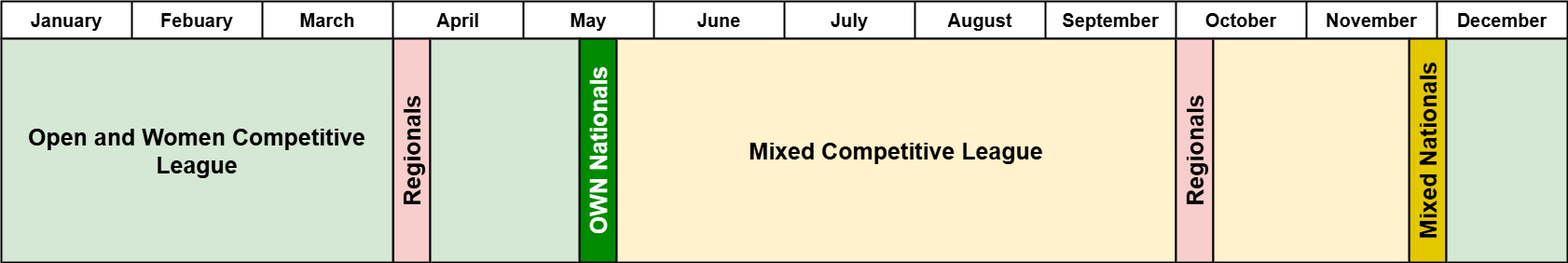
The draw.io diagram assets/images/Competitive Year schedule.png in RenierDuminy/Competitive-Frisbee-League, before a commit. Source tidied: cells renumbered, new cells last; positions are measured from the earlier drawing's top-left corner, leaving out a move shared by most shapes.
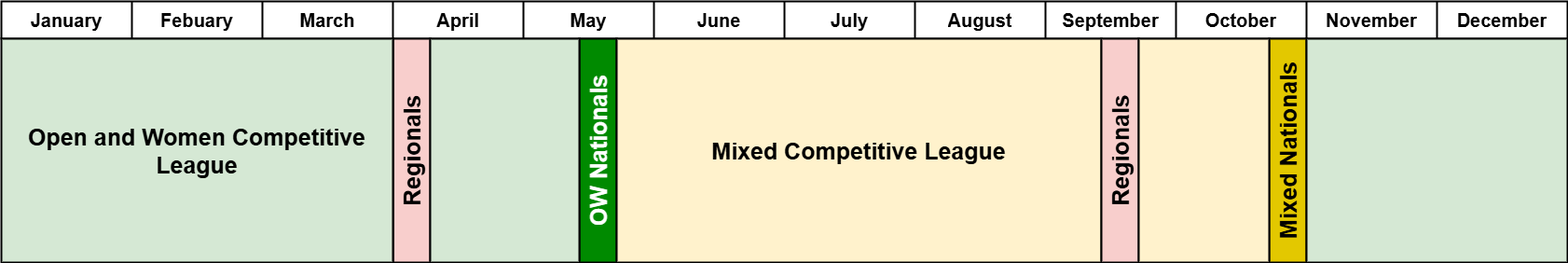
Above is the later version.

Diff of the diagram source:
```diff
@@ -47,29 +47,29 @@
     <mxCell id="16" value="Open and Women Competitive League" style="rounded=0;whiteSpace=wrap;html=1;fontSize=25;fillColor=#d5e8d4;strokeColor=#000000;fontStyle=1;align=center;strokeWidth=2;" parent="1" vertex="1">
       <mxGeometry y="40" width="420" height="240" as="geometry" />
     </mxCell>
-    <mxCell id="17" value="OWN Nationals" style="rounded=0;whiteSpace=wrap;html=1;fontSize=25;fillColor=#008a00;strokeColor=#000000;fontColor=#ffffff;fontStyle=1;horizontal=0;strokeWidth=2;" parent="1" vertex="1">
+    <mxCell id="17" value="OW Nationals" style="rounded=0;whiteSpace=wrap;html=1;fontSize=25;fillColor=#008a00;strokeColor=#000000;fontColor=#ffffff;fontStyle=1;horizontal=0;strokeWidth=2;" parent="1" vertex="1">
       <mxGeometry x="620" y="40" width="40" height="240" as="geometry" />
     </mxCell>
     <mxCell id="18" value="Mixed Competitive League" style="rounded=0;whiteSpace=wrap;html=1;fontSize=25;fillColor=#fff2cc;strokeColor=#000000;fontStyle=1;align=center;strokeWidth=2;" parent="1" vertex="1">
-      <mxGeometry x="660" y="40" width="600" height="240" as="geometry" />
+      <mxGeometry x="660" y="40" width="520" height="240" as="geometry" />
     </mxCell>
     <mxCell id="19" value="Mixed Nationals" style="rounded=0;whiteSpace=wrap;html=1;fontSize=25;fillColor=#e3c800;strokeColor=#000000;fontColor=#000000;fontStyle=1;horizontal=0;strokeWidth=2;" parent="1" vertex="1">
-      <mxGeometry x="1510" y="40" width="40" height="240" as="geometry" />
+      <mxGeometry x="1360" y="40" width="40" height="240" as="geometry" />
     </mxCell>
     <mxCell id="20" value="Regionals" style="rounded=0;whiteSpace=wrap;html=1;fontSize=25;fillColor=#f8cecc;strokeColor=#000000;fontStyle=1;horizontal=0;strokeWidth=2;" parent="1" vertex="1">
       <mxGeometry x="420.5" y="40" width="39.5" height="240" as="geometry" />
     </mxCell>
     <mxCell id="21" value="Regionals" style="rounded=0;whiteSpace=wrap;html=1;fontSize=25;fillColor=#f8cecc;strokeColor=#000000;fontStyle=1;horizontal=0;strokeWidth=2;" parent="1" vertex="1">
-      <mxGeometry x="1260" y="40" width="40" height="240" as="geometry" />
+      <mxGeometry x="1180" y="40" width="40" height="240" as="geometry" />
     </mxCell>
     <mxCell id="22" style="rounded=0;whiteSpace=wrap;html=1;fontSize=25;fillColor=#d5e8d4;strokeColor=#000000;fontStyle=1;align=center;strokeWidth=2;" parent="1" vertex="1">
       <mxGeometry x="460" y="40" width="160" height="240" as="geometry" />
     </mxCell>
     <mxCell id="23" style="rounded=0;whiteSpace=wrap;html=1;fontSize=25;fillColor=#d5e8d4;strokeColor=#000000;fontStyle=1;align=center;strokeWidth=2;" parent="1" vertex="1">
-      <mxGeometry x="1550" y="40" width="130" height="240" as="geometry" />
+      <mxGeometry x="1400" y="40" width="280" height="240" as="geometry" />
     </mxCell>
     <mxCell id="24" style="rounded=0;whiteSpace=wrap;html=1;fontSize=25;fillColor=#fff2cc;strokeColor=#000000;fontStyle=1;align=left;strokeWidth=2;" parent="1" vertex="1">
-      <mxGeometry x="1300" y="40" width="210" height="240" as="geometry" />
+      <mxGeometry x="1220" y="40" width="140" height="240" as="geometry" />
     </mxCell>
   </root>
 </mxGraphModel>
```
